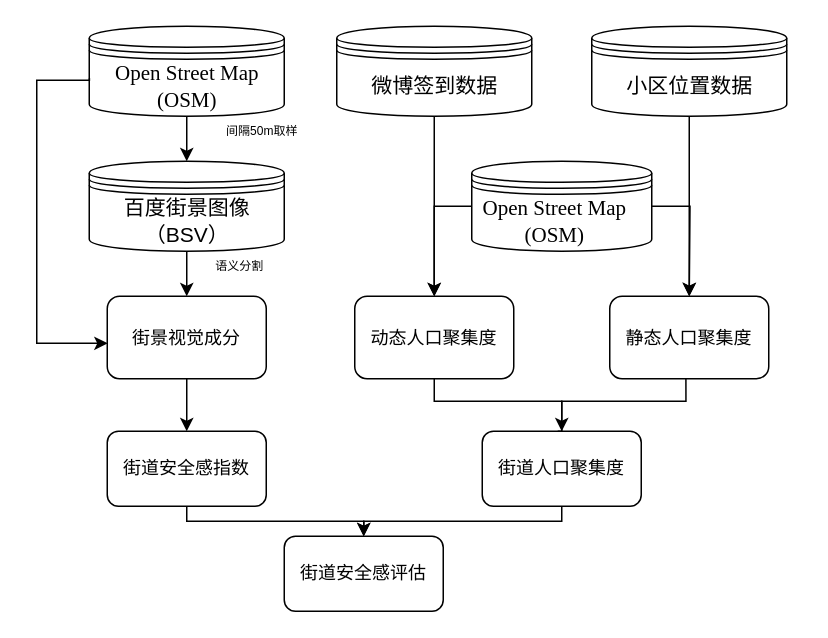
This is urban_sense.drawio from xiaotongtongxue/flowChar, a draw.io file, before an edit. Source tidied: cells renumbered, new cells numbered last; positions are measured from the earlier drawing's top-left corner, leaving out a move shared by most shapes. Both pictures are drawn from the tidied source at 150%, with x=0, y=0 at pixel (36, 26).
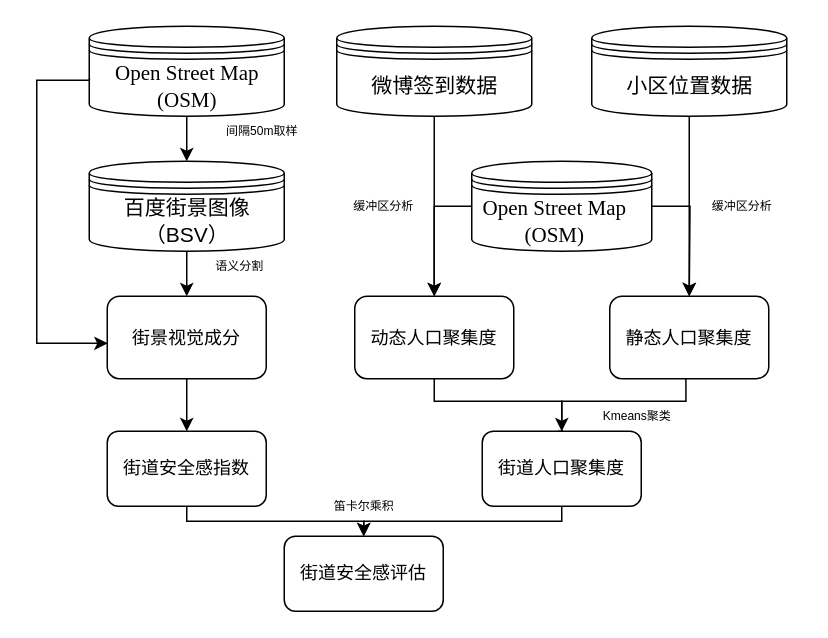
After the change.

The edit, as a diff of the source:
```diff
@@
+    <mxCell id="33" value="缓冲区分析" style="text;html=1;align=center;verticalAlign=middle;strokeColor=none;fontSize=8;" parent="1" vertex="1">
+      <mxGeometry x="191" y="110" width="80" height="20" as="geometry" />
+    </mxCell>
+    <mxCell id="34" value="缓冲区分析" style="text;html=1;align=center;verticalAlign=middle;strokeColor=none;fontSize=8;" parent="1" vertex="1">
+      <mxGeometry x="430" y="110" width="80" height="20" as="geometry" />
+    </mxCell>
+    <mxCell id="35" value="Kmeans聚类" style="text;html=1;align=center;verticalAlign=middle;strokeColor=none;fontSize=8;" parent="1" vertex="1">
+      <mxGeometry x="360" y="250" width="80" height="20" as="geometry" />
+    </mxCell>
+    <mxCell id="36" value="笛卡尔乘积" style="text;html=1;align=center;verticalAlign=middle;strokeColor=none;fontSize=8;" parent="1" vertex="1">
+      <mxGeometry x="178" y="310" width="80" height="20" as="geometry" />
+    </mxCell>
```
